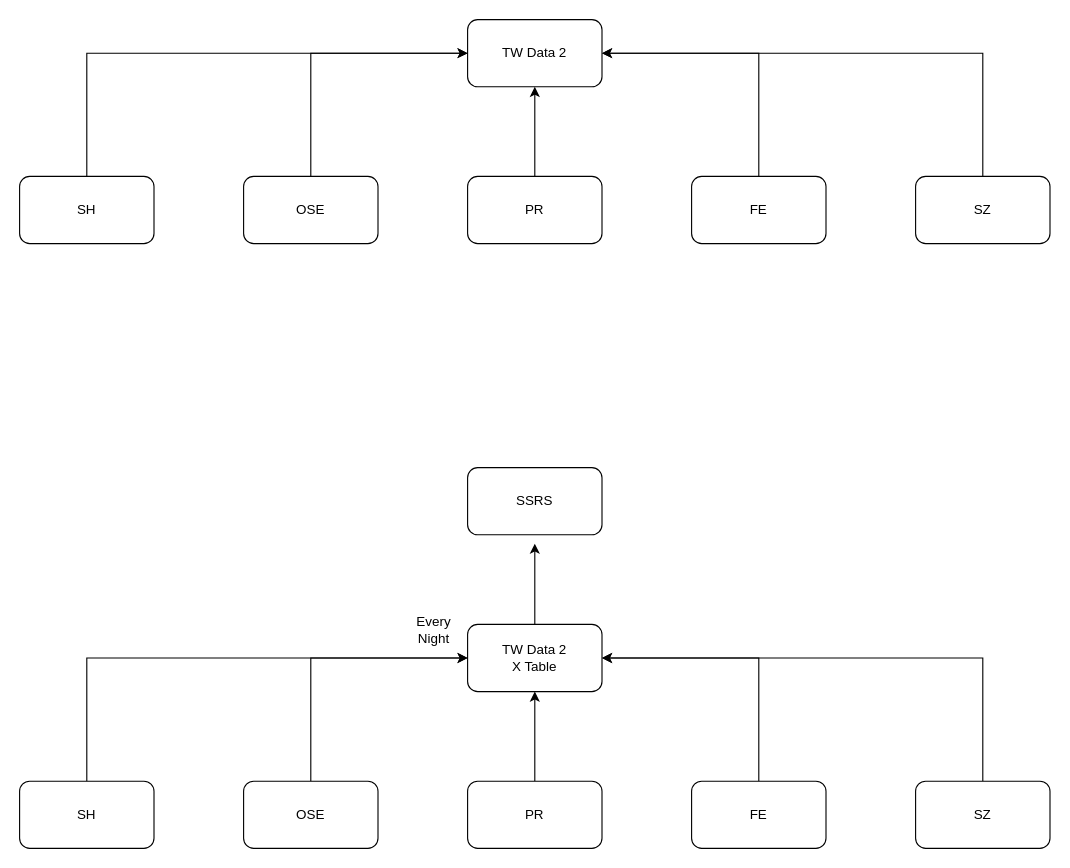
Earlier version of the draw.io diagram Untitled Diagram.drawio (vinceliao99/MyDiagrams). Source tidied: cells renumbered, new cells numbered last; positions are measured from the earlier drawing's top-left corner, leaving out a move shared by most shapes. Both pictures are drawn from the tidied source at 112%, with x=0, y=0 at pixel (19, 19).
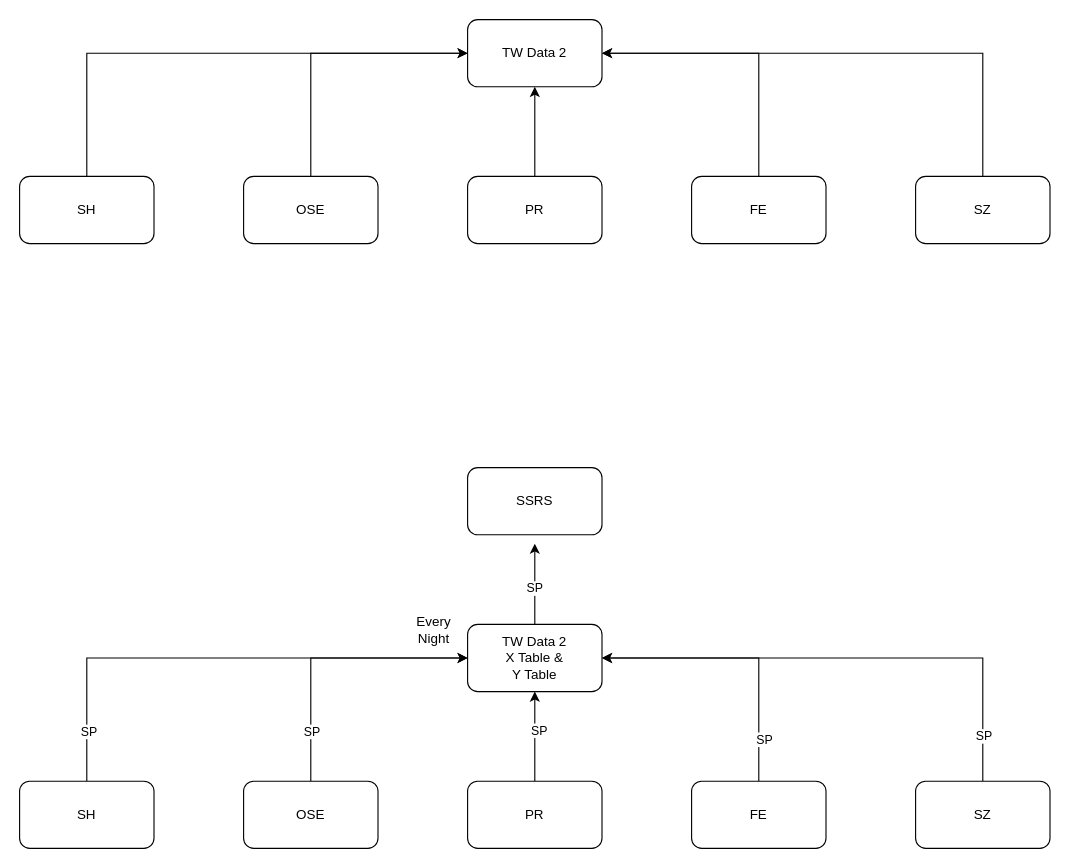
After the change.

Unchanged cells that the change refers to:
```xml
<mxCell id="14" style="edgeStyle=orthogonalEdgeStyle;rounded=0;jettySize=auto;html=1;exitX=0.5;exitY=0;exitDx=0;exitDy=0;entryX=0;entryY=0.5;entryDx=0;entryDy=0;" parent="1" edge="1" source="15" target="13">
  <mxGeometry relative="1" as="geometry" />
</mxCell>
<mxCell id="16" style="edgeStyle=orthogonalEdgeStyle;rounded=0;jettySize=auto;html=1;exitX=0.5;exitY=0;exitDx=0;exitDy=0;entryX=0.5;entryY=1;entryDx=0;entryDy=0;" parent="1" edge="1" source="17" target="13">
  <mxGeometry relative="1" as="geometry" />
</mxCell>
<mxCell id="18" style="edgeStyle=orthogonalEdgeStyle;rounded=0;jettySize=auto;html=1;exitX=0.5;exitY=0;exitDx=0;exitDy=0;entryX=1;entryY=0.5;entryDx=0;entryDy=0;" parent="1" edge="1" source="19" target="13">
  <mxGeometry relative="1" as="geometry" />
</mxCell>
<mxCell id="20" style="edgeStyle=orthogonalEdgeStyle;rounded=0;jettySize=auto;html=1;exitX=0.5;exitY=0;exitDx=0;exitDy=0;entryX=0;entryY=0.5;entryDx=0;entryDy=0;" parent="1" edge="1" source="21" target="13">
  <mxGeometry relative="1" as="geometry" />
</mxCell>
<mxCell id="22" style="edgeStyle=orthogonalEdgeStyle;rounded=0;jettySize=auto;html=1;exitX=0.5;exitY=0;exitDx=0;exitDy=0;entryX=1;entryY=0.5;entryDx=0;entryDy=0;" parent="1" edge="1" source="23" target="13">
  <mxGeometry relative="1" as="geometry" />
</mxCell>
<mxCell id="26" style="edgeStyle=orthogonalEdgeStyle;rounded=0;jettySize=auto;html=1;exitX=0.5;exitY=0;exitDx=0;exitDy=0;entryX=0.5;entryY=1.133;entryDx=0;entryDy=0;entryPerimeter=0;" parent="1" edge="1" source="13" target="25">
  <mxGeometry relative="1" as="geometry" />
</mxCell>
```

Diff of the diagram source:
```diff
@@
-    <mxCell id="13" value="TW Data 2&lt;br&gt;X Table" style="rounded=1;whiteSpace=wrap;html=1;" parent="1" vertex="1">
+    <mxCell id="13" value="TW Data 2&lt;br&gt;X Table &amp;amp;&lt;br&gt;Y Table" style="rounded=1;whiteSpace=wrap;html=1;" parent="1" vertex="1">
       <mxGeometry x="400" y="540" width="120" height="60" as="geometry" />
     </mxCell>
@@
+    <mxCell id="27" value="SP" style="edgeLabel;html=1;align=center;verticalAlign=middle;" parent="14" vertex="1">
+      <mxGeometry x="-0.64" relative="1" as="geometry" />
+    </mxCell>
@@
+    <mxCell id="28" value="SP" style="edgeLabel;html=1;align=center;verticalAlign=middle;" parent="16" vertex="1">
+      <mxGeometry x="0.15" y="-3" relative="1" as="geometry" />
+    </mxCell>
@@
+    <mxCell id="29" value="SP" style="edgeLabel;html=1;align=center;verticalAlign=middle;" parent="18" vertex="1">
+      <mxGeometry x="-0.7" y="-4" relative="1" as="geometry" />
+    </mxCell>
@@
+    <mxCell id="30" value="SP" style="edgeLabel;html=1;align=center;verticalAlign=middle;" parent="20" vertex="1">
+      <mxGeometry x="-0.8" y="-1" relative="1" as="geometry" />
+    </mxCell>
@@
+    <mxCell id="31" value="SP" style="edgeLabel;html=1;align=center;verticalAlign=middle;" parent="22" vertex="1">
+      <mxGeometry x="-0.82" relative="1" as="geometry" />
+    </mxCell>
@@
+    <mxCell id="32" value="SP" style="edgeLabel;html=1;align=center;verticalAlign=middle;" parent="26" vertex="1">
+      <mxGeometry x="-0.08" y="1" relative="1" as="geometry" />
+    </mxCell>
```
